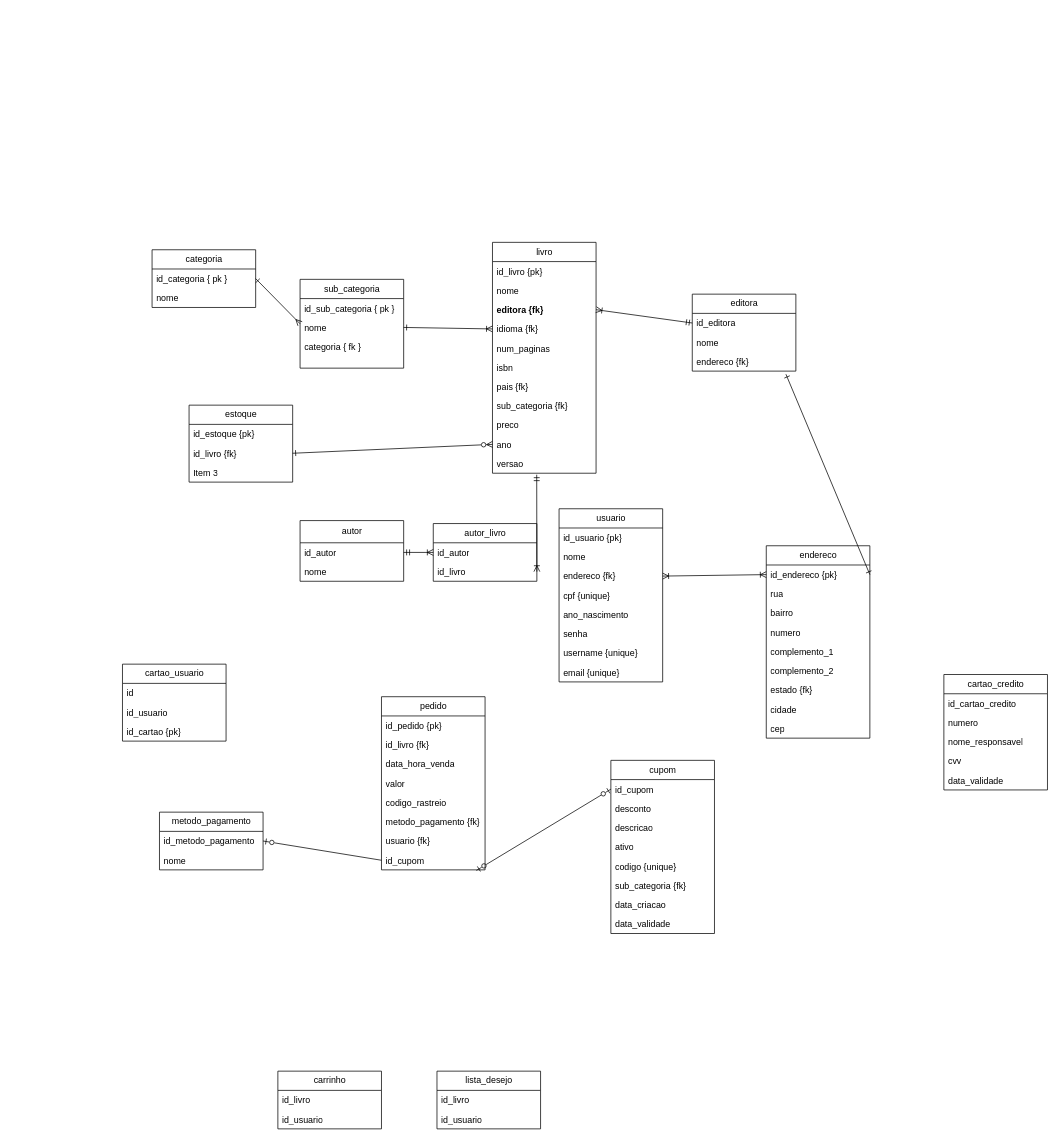
Before: documentacao/modelagem.drawio in GusDev0258/55DSW-Livraria-back-end, a draw.io diagram. Source tidied: cells renumbered, new cells numbered last; positions are measured from the earlier drawing's top-left corner, leaving out a move shared by most shapes. Both pictures are drawn from the tidied source at 74%, with x=0, y=0 at pixel (122, 242).
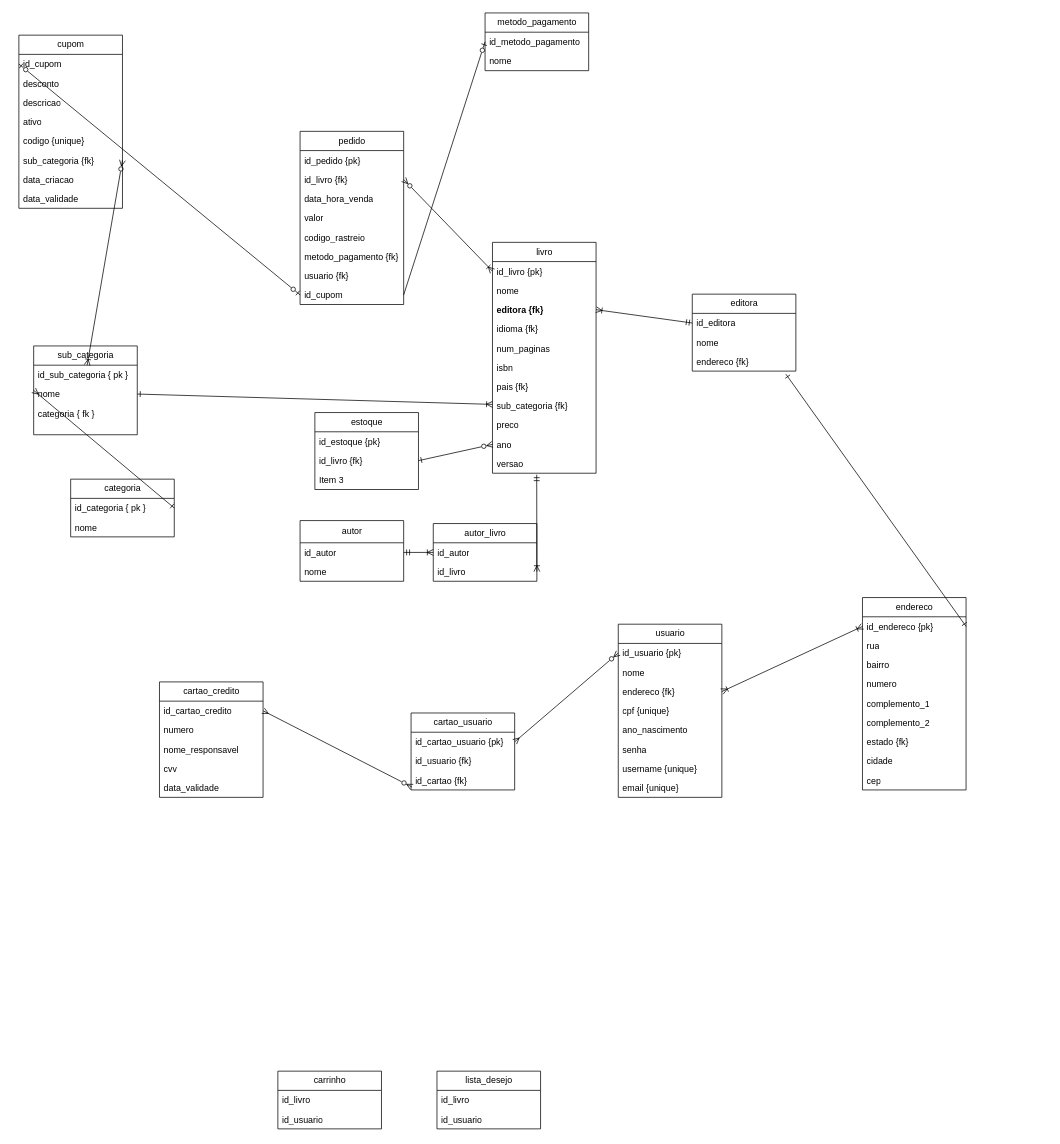
The same page after the edit.

The change refers to these unchanged cells:
```xml
<mxCell id="6" value="id_sub_categoria { pk }" style="text;strokeColor=none;fillColor=none;align=left;verticalAlign=top;spacingLeft=4;spacingRight=4;overflow=hidden;points=[[0,0.5],[1,0.5]];portConstraint=eastwest;whiteSpace=wrap;html=1;" parent="5" vertex="1">
  <mxGeometry y="26" width="140" height="26" as="geometry" />
</mxCell>
<mxCell id="7" value="nome" style="text;strokeColor=none;fillColor=none;align=left;verticalAlign=top;spacingLeft=4;spacingRight=4;overflow=hidden;points=[[0,0.5],[1,0.5]];portConstraint=eastwest;whiteSpace=wrap;html=1;" parent="5" vertex="1">
  <mxGeometry y="52" width="140" height="26" as="geometry" />
</mxCell>
<mxCell id="10" value="id_livro {pk}" style="text;strokeColor=none;fillColor=none;align=left;verticalAlign=top;spacingLeft=4;spacingRight=4;overflow=hidden;points=[[0,0.5],[1,0.5]];portConstraint=eastwest;whiteSpace=wrap;html=1;" parent="9" vertex="1">
  <mxGeometry y="26" width="140" height="26" as="geometry" />
</mxCell>
<mxCell id="13" value="idioma {fk}" style="text;strokeColor=none;fillColor=none;align=left;verticalAlign=top;spacingLeft=4;spacingRight=4;overflow=hidden;points=[[0,0.5],[1,0.5]];portConstraint=eastwest;whiteSpace=wrap;html=1;" parent="9" vertex="1">
  <mxGeometry y="104" width="140" height="26" as="geometry" />
</mxCell>
<mxCell id="17" value="sub_categoria {fk}" style="text;strokeColor=none;fillColor=none;align=left;verticalAlign=top;spacingLeft=4;spacingRight=4;overflow=hidden;points=[[0,0.5],[1,0.5]];portConstraint=eastwest;whiteSpace=wrap;html=1;" parent="9" vertex="1">
  <mxGeometry y="208" width="140" height="26" as="geometry" />
</mxCell>
<mxCell id="23" value="id_livro {fk}" style="text;strokeColor=none;fillColor=none;align=left;verticalAlign=top;spacingLeft=4;spacingRight=4;overflow=hidden;points=[[0,0.5],[1,0.5]];portConstraint=eastwest;whiteSpace=wrap;html=1;" parent="21" vertex="1">
  <mxGeometry y="52" width="140" height="26" as="geometry" />
</mxCell>
<mxCell id="29" value="id_cupom" style="text;strokeColor=none;fillColor=none;align=left;verticalAlign=top;spacingLeft=4;spacingRight=4;overflow=hidden;points=[[0,0.5],[1,0.5]];portConstraint=eastwest;whiteSpace=wrap;html=1;" parent="21" vertex="1">
  <mxGeometry y="208" width="140" height="26" as="geometry" />
</mxCell>
<mxCell id="35" value="id_metodo_pagamento" style="text;strokeColor=none;fillColor=none;align=left;verticalAlign=top;spacingLeft=4;spacingRight=4;overflow=hidden;points=[[0,0.5],[1,0.5]];portConstraint=eastwest;whiteSpace=wrap;html=1;" parent="34" vertex="1">
  <mxGeometry y="26" width="140" height="26" as="geometry" />
</mxCell>
<mxCell id="42" value="id_usuario {pk}" style="text;strokeColor=none;fillColor=none;align=left;verticalAlign=top;spacingLeft=4;spacingRight=4;overflow=hidden;points=[[0,0.5],[1,0.5]];portConstraint=eastwest;whiteSpace=wrap;html=1;" parent="41" vertex="1">
  <mxGeometry y="26" width="140" height="26" as="geometry" />
</mxCell>
<mxCell id="61" value="id_cartao_credito" style="text;strokeColor=none;fillColor=none;align=left;verticalAlign=top;spacingLeft=4;spacingRight=4;overflow=hidden;points=[[0,0.5],[1,0.5]];portConstraint=eastwest;whiteSpace=wrap;html=1;" parent="60" vertex="1">
  <mxGeometry y="26" width="140" height="26" as="geometry" />
</mxCell>
<mxCell id="83" value="id_cupom" style="text;strokeColor=none;fillColor=none;align=left;verticalAlign=top;spacingLeft=4;spacingRight=4;overflow=hidden;points=[[0,0.5],[1,0.5]];portConstraint=eastwest;whiteSpace=wrap;html=1;" parent="82" vertex="1">
  <mxGeometry y="26" width="140" height="26" as="geometry" />
</mxCell>
<mxCell id="88" value="sub_categoria {fk}" style="text;strokeColor=none;fillColor=none;align=left;verticalAlign=top;spacingLeft=4;spacingRight=4;overflow=hidden;points=[[0,0.5],[1,0.5]];portConstraint=eastwest;whiteSpace=wrap;html=1;" parent="82" vertex="1">
  <mxGeometry y="156" width="140" height="26" as="geometry" />
</mxCell>
```

Change to the diagram source:
```diff
@@
     <mxCell id="2" value="categoria" style="swimlane;fontStyle=0;horizontal=1;startSize=26;fillColor=none;html=1;" parent="1" vertex="1">
-      <mxGeometry x="40" y="10" width="140" height="78" as="geometry" />
+      <mxGeometry x="-70" y="320" width="140" height="78" as="geometry" />
     </mxCell>
@@
     <mxCell id="5" value="sub_categoria" style="swimlane;fontStyle=0;horizontal=1;startSize=26;fillColor=none;html=1;" parent="1" vertex="1">
-      <mxGeometry x="240" y="50" width="140" height="120" as="geometry" />
+      <mxGeometry x="-120" y="140" width="140" height="120" as="geometry" />
     </mxCell>
@@
     <mxCell id="21" value="pedido" style="swimlane;fontStyle=0;horizontal=1;startSize=26;fillColor=none;html=1;" parent="1" vertex="1">
-      <mxGeometry x="350" y="614" width="140" height="234" as="geometry" />
+      <mxGeometry x="240" y="-150" width="140" height="234" as="geometry" />
     </mxCell>
@@
     <mxCell id="30" value="estoque" style="swimlane;fontStyle=0;horizontal=1;startSize=26;fillColor=none;html=1;" parent="1" vertex="1">
-      <mxGeometry x="90" y="220" width="140" height="104" as="geometry" />
+      <mxGeometry x="260" y="230" width="140" height="104" as="geometry" />
     </mxCell>
@@
     <mxCell id="34" value="metodo_pagamento" style="swimlane;fontStyle=0;horizontal=1;startSize=26;fillColor=none;html=1;" parent="1" vertex="1">
-      <mxGeometry x="50" y="770" width="140" height="78" as="geometry" />
+      <mxGeometry x="490" y="-310" width="140" height="78" as="geometry" />
     </mxCell>
@@
     <mxCell id="41" value="usuario" style="swimlane;fontStyle=0;horizontal=1;startSize=26;fillColor=none;html=1;" parent="1" vertex="1">
-      <mxGeometry x="590" y="360" width="140" height="234" as="geometry" />
+      <mxGeometry x="670" y="516" width="140" height="234" as="geometry" />
     </mxCell>
@@
     <mxCell id="50" value="endereco" style="swimlane;fontStyle=0;horizontal=1;startSize=26;fillColor=none;html=1;" parent="1" vertex="1">
-      <mxGeometry x="870" y="410" width="140" height="260" as="geometry" />
+      <mxGeometry x="1000" y="480" width="140" height="260" as="geometry" />
     </mxCell>
@@
     <mxCell id="60" value="cartao_credito" style="swimlane;fontStyle=0;horizontal=1;startSize=26;fillColor=none;html=1;" parent="1" vertex="1">
-      <mxGeometry x="1110" y="584" width="140" height="156" as="geometry" />
+      <mxGeometry x="50" y="594" width="140" height="156" as="geometry" />
     </mxCell>
@@
     <mxCell id="66" value="cartao_usuario" style="swimlane;fontStyle=0;horizontal=1;startSize=26;fillColor=none;html=1;" parent="1" vertex="1">
-      <mxGeometry y="570" width="140" height="104" as="geometry" />
+      <mxGeometry x="390" y="636" width="140" height="104" as="geometry" />
     </mxCell>
-    <mxCell id="67" value="id" style="text;strokeColor=none;fillColor=none;align=left;verticalAlign=top;spacingLeft=4;spacingRight=4;overflow=hidden;points=[[0,0.5],[1,0.5]];portConstraint=eastwest;whiteSpace=wrap;html=1;" parent="66" vertex="1">
+    <mxCell id="67" value="id_cartao_usuario {pk}" style="text;strokeColor=none;fillColor=none;align=left;verticalAlign=top;spacingLeft=4;spacingRight=4;overflow=hidden;points=[[0,0.5],[1,0.5]];portConstraint=eastwest;whiteSpace=wrap;html=1;" parent="66" vertex="1">
       <mxGeometry y="26" width="140" height="26" as="geometry" />
     </mxCell>
-    <mxCell id="68" value="id_usuario" style="text;strokeColor=none;fillColor=none;align=left;verticalAlign=top;spacingLeft=4;spacingRight=4;overflow=hidden;whiteSpace=wrap;html=1;" parent="66" vertex="1">
+    <mxCell id="68" value="id_usuario {fk}" style="text;strokeColor=none;fillColor=none;align=left;verticalAlign=top;spacingLeft=4;spacingRight=4;overflow=hidden;whiteSpace=wrap;html=1;" parent="66" vertex="1">
       <mxGeometry y="52" width="140" height="26" as="geometry" />
     </mxCell>
-    <mxCell id="69" value="id_cartao {pk}" style="text;strokeColor=none;fillColor=none;align=left;verticalAlign=top;spacingLeft=4;spacingRight=4;overflow=hidden;points=[[0,0.5],[1,0.5]];portConstraint=eastwest;whiteSpace=wrap;html=1;" parent="66" vertex="1">
+    <mxCell id="69" value="id_cartao {fk}" style="text;strokeColor=none;fillColor=none;align=left;verticalAlign=top;spacingLeft=4;spacingRight=4;overflow=hidden;points=[[0,0.5],[1,0.5]];portConstraint=eastwest;whiteSpace=wrap;html=1;" parent="66" vertex="1">
       <mxGeometry y="78" width="140" height="26" as="geometry" />
     </mxCell>
@@
     <mxCell id="82" value="cupom" style="swimlane;fontStyle=0;horizontal=1;startSize=26;fillColor=none;html=1;" parent="1" vertex="1">
-      <mxGeometry x="660" y="700" width="140" height="234" as="geometry" />
+      <mxGeometry x="-140" y="-280" width="140" height="234" as="geometry" />
     </mxCell>
@@
-    <mxCell id="92" style="edgeStyle=none;html=1;exitX=1;exitY=0.5;exitDx=0;exitDy=0;entryX=0;entryY=0.5;entryDx=0;entryDy=0;startArrow=ERone;startFill=0;endArrow=ERoneToMany;endFill=0;" parent="1" edge="1" source="7" target="13">
+    <mxCell id="92" style="edgeStyle=none;html=1;exitX=1;exitY=0.5;exitDx=0;exitDy=0;startArrow=ERone;startFill=0;endArrow=ERoneToMany;endFill=0;" parent="1" edge="1" source="7" target="17">
       <mxGeometry relative="1" as="geometry" />
     </mxCell>
@@
-    <mxCell id="94" style="edgeStyle=none;html=1;endArrow=ERzeroToOne;endFill=0;entryX=1;entryY=0.5;entryDx=0;entryDy=0;exitX=0;exitY=0.5;exitDx=0;exitDy=0;" parent="1" edge="1" source="29" target="35">
+    <mxCell id="94" style="edgeStyle=none;html=1;endArrow=ERzeroToOne;endFill=0;entryX=0;entryY=0.5;entryDx=0;entryDy=0;exitX=1;exitY=0.5;exitDx=0;exitDy=0;" parent="1" edge="1" source="29" target="35">
       <mxGeometry relative="1" as="geometry" />
     </mxCell>
@@
-    <mxCell id="96" style="edgeStyle=none;html=1;exitX=0;exitY=0.5;exitDx=0;exitDy=0;entryX=0.916;entryY=1.032;entryDx=0;entryDy=0;entryPerimeter=0;startArrow=ERzeroToOne;startFill=0;endArrow=ERzeroToOne;endFill=0;" parent="1" edge="1" source="83" target="29">
+    <mxCell id="96" style="edgeStyle=none;html=1;exitX=0;exitY=0.5;exitDx=0;exitDy=0;entryX=0;entryY=0.5;entryDx=0;entryDy=0;startArrow=ERzeroToOne;startFill=0;endArrow=ERzeroToOne;endFill=0;" parent="1" edge="1" source="83" target="29">
       <mxGeometry relative="1" as="geometry" />
     </mxCell>
@@
+    <mxCell id="101" style="edgeStyle=none;html=1;exitX=1;exitY=0.5;exitDx=0;exitDy=0;startArrow=ERzeroToMany;startFill=0;endArrow=ERoneToMany;endFill=0;" parent="1" edge="1" source="88" target="6">
+      <mxGeometry relative="1" as="geometry" />
+    </mxCell>
+    <mxCell id="102" style="edgeStyle=none;html=1;exitX=1;exitY=0.5;exitDx=0;exitDy=0;entryX=0;entryY=0.5;entryDx=0;entryDy=0;startArrow=ERzeroToMany;startFill=0;endArrow=ERoneToMany;endFill=0;" parent="1" edge="1" source="23" target="10">
+      <mxGeometry relative="1" as="geometry" />
+    </mxCell>
+    <mxCell id="103" style="edgeStyle=none;html=1;exitX=1;exitY=0.5;exitDx=0;exitDy=0;entryX=0;entryY=0.5;entryDx=0;entryDy=0;startArrow=ERmany;startFill=0;endArrow=ERzeroToMany;endFill=0;" parent="1" edge="1" source="67" target="42">
+      <mxGeometry relative="1" as="geometry" />
+    </mxCell>
+    <mxCell id="104" style="edgeStyle=none;html=1;exitX=1;exitY=0.5;exitDx=0;exitDy=0;entryX=0.008;entryY=0.846;entryDx=0;entryDy=0;entryPerimeter=0;startArrow=ERmany;startFill=0;endArrow=ERzeroToMany;endFill=0;" parent="1" edge="1" source="61" target="69">
+      <mxGeometry relative="1" as="geometry" />
+    </mxCell>
```
